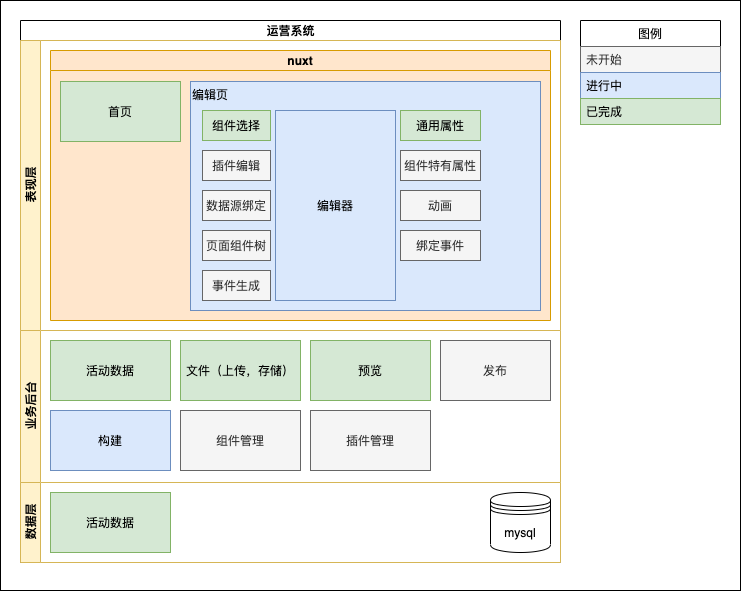
This is file/运营系统.png from zaberz/drawiofile, a draw.io export, as it was before one commit. Source tidied: cells renumbered, new cells last; positions are measured from the earlier drawing's top-left corner, leaving out a move shared by most shapes.
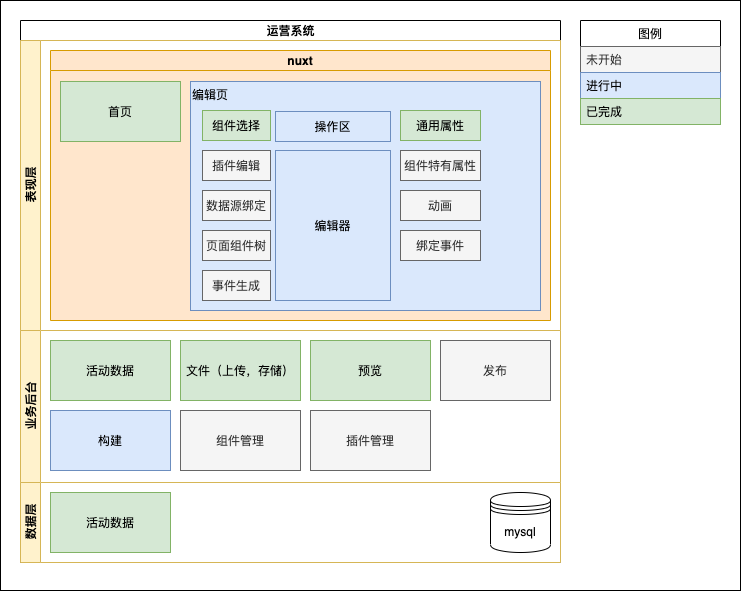
Later version of the same file.

Commit message:
更新运营系统.png

Change to the diagram source:
```diff
@@ -33,7 +33,7 @@
       <mxGeometry x="152" y="180" width="68" height="30" as="geometry" />
     </mxCell>
     <mxCell id="12" value="编辑器" style="rounded=0;whiteSpace=wrap;html=1;align=center;fillColor=#dae8fc;strokeColor=#6c8ebf;" parent="5" vertex="1">
-      <mxGeometry x="225" y="60" width="120" height="190" as="geometry" />
+      <mxGeometry x="225" y="100" width="115" height="150" as="geometry" />
     </mxCell>
     <mxCell id="13" value="通用属性" style="rounded=0;whiteSpace=wrap;html=1;align=center;fillColor=#d5e8d4;strokeColor=#82b366;" parent="5" vertex="1">
       <mxGeometry x="350" y="60" width="80" height="30" as="geometry" />
@@ -50,6 +50,9 @@
     <mxCell id="17" value="事件生成" style="rounded=0;whiteSpace=wrap;html=1;align=center;fillColor=#f5f5f5;strokeColor=#666666;fontColor=#333333;" parent="5" vertex="1">
       <mxGeometry x="152" y="220" width="68" height="30" as="geometry" />
     </mxCell>
+    <mxCell id="33" value="操作区" style="rounded=0;whiteSpace=wrap;html=1;align=center;fillColor=#dae8fc;strokeColor=#6c8ebf;" parent="5" vertex="1">
+      <mxGeometry x="225" y="61" width="115" height="30" as="geometry" />
+    </mxCell>
     <mxCell id="18" value="业务后台" style="swimlane;html=1;startSize=20;horizontal=0;swimlaneFillColor=#ffffff;fillColor=#fff2cc;strokeColor=#d6b656;" parent="3" vertex="1">
       <mxGeometry y="310" width="540" height="152" as="geometry" />
     </mxCell>
```
